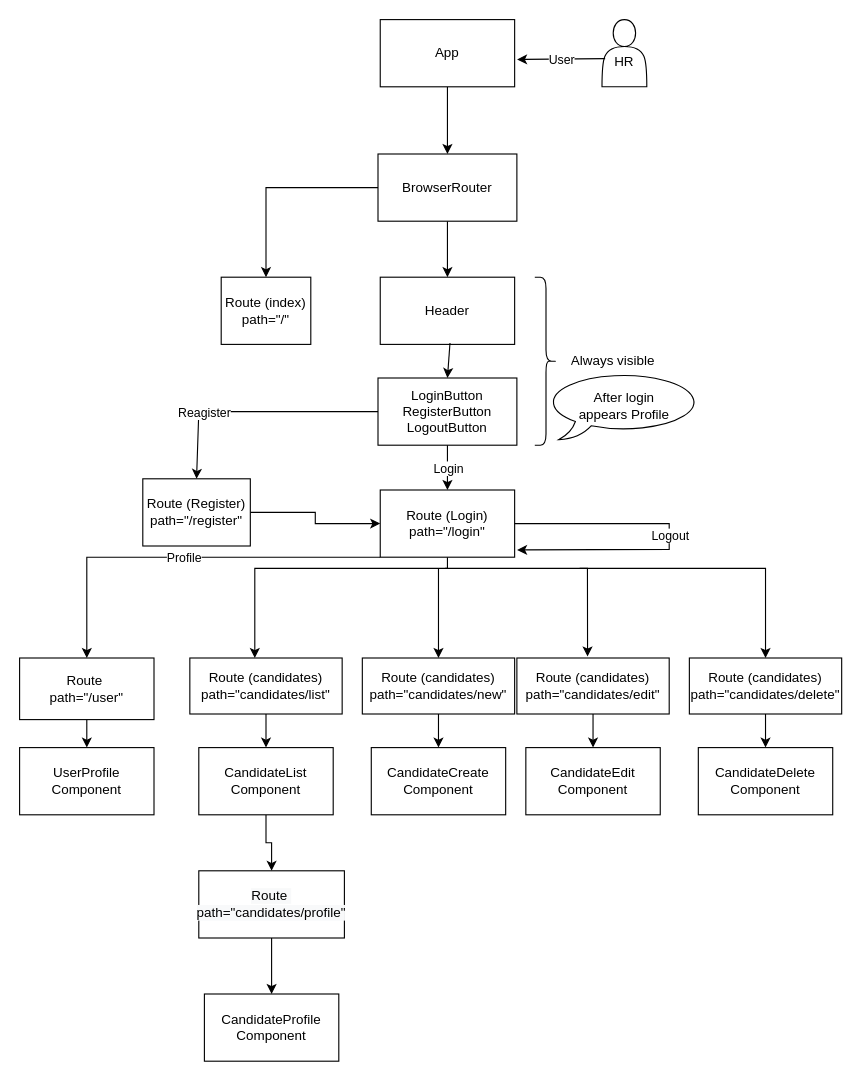
NikolaAleksic1996/beautiful_react_app keeps this draw.io diagram as Untitled Diagram.drawio. Above is the earlier version. Source tidied: cells renumbered, new cells numbered last; positions are measured from the earlier drawing's top-left corner, leaving out a move shared by most shapes. Both pictures are drawn from the tidied source at 112%, with x=0, y=0 at pixel (19, 19).
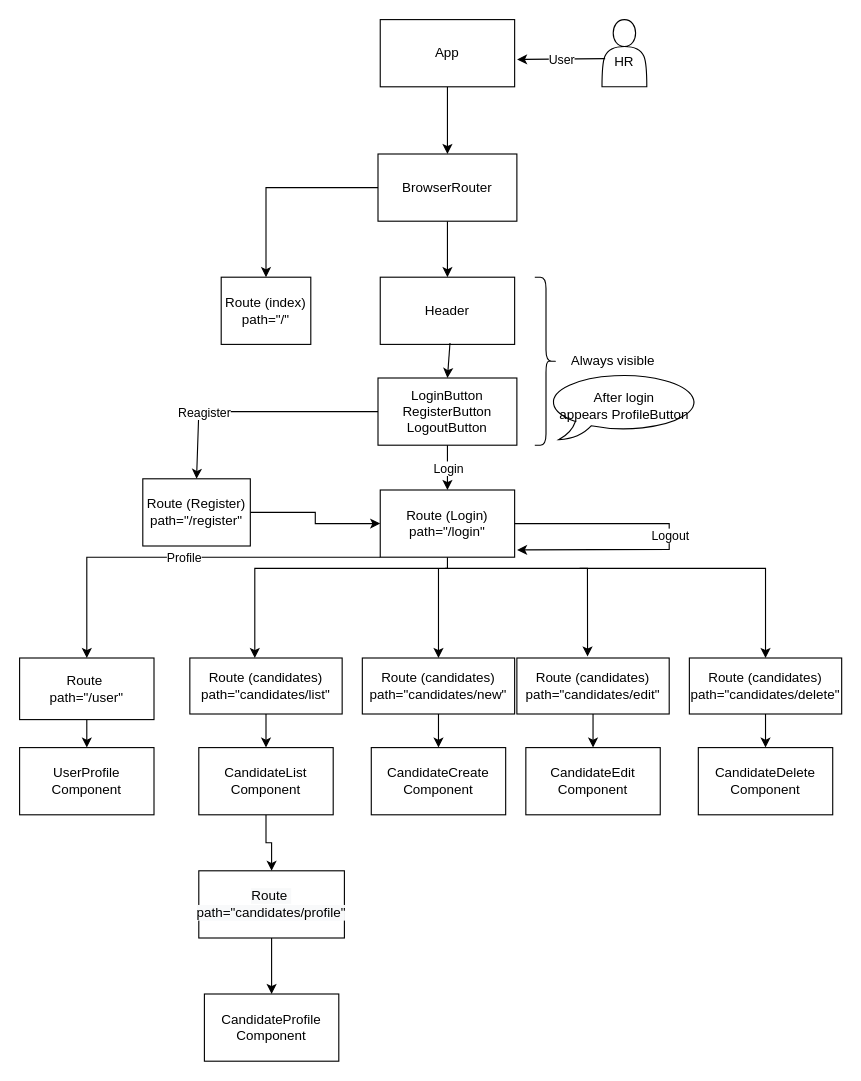
The same page after the edit.

Diff of the diagram source:
```diff
@@
-    <mxCell id="50" value="After login&lt;br&gt;appears Profile" style="whiteSpace=wrap;html=1;shape=mxgraph.basic.oval_callout;" parent="1" vertex="1">
+    <mxCell id="50" value="After login&lt;br&gt;appears ProfileButton" style="whiteSpace=wrap;html=1;shape=mxgraph.basic.oval_callout;" parent="1" vertex="1">
       <mxGeometry x="470" y="315" width="140" height="60" as="geometry" />
     </mxCell>
```
